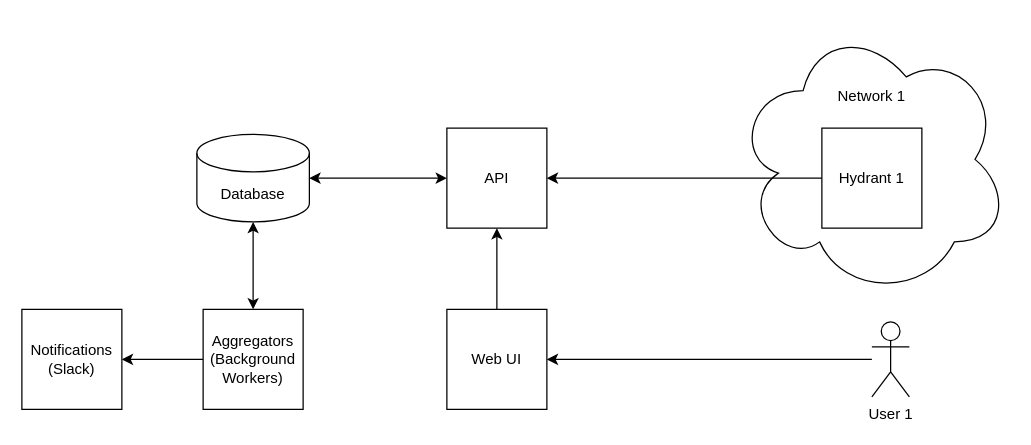
Earlier version of the draw.io diagram graphs/architecture.drawio (outsideopen/delta-slides). Source tidied: cells renumbered, new cells numbered last; positions are measured from the earlier drawing's top-left corner, leaving out a move shared by most shapes. Both pictures are drawn from the tidied source at 125%, with x=0, y=0 at pixel (21, 21).
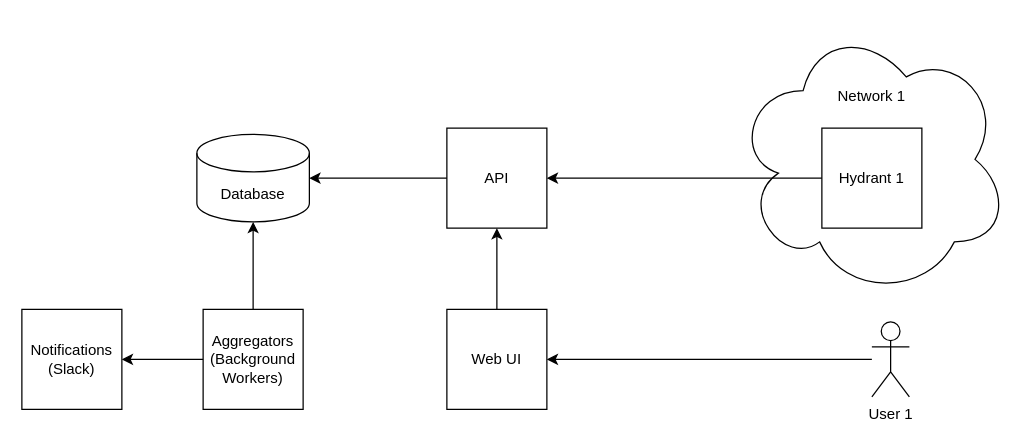
After the change.

Change to the diagram source:
```diff
@@
 <mxGraphModel>
   <root>
     <mxCell id="0" />
     <mxCell id="1" parent="0" />
     <mxCell id="2" value="Database" style="shape=cylinder3;whiteSpace=wrap;html=1;boundedLbl=1;backgroundOutline=1;size=15;" parent="1" vertex="1">
       <mxGeometry x="140" y="90" width="90" height="70" as="geometry" />
     </mxCell>
     <mxCell id="3" value="API" style="whiteSpace=wrap;html=1;" parent="1" vertex="1">
       <mxGeometry x="340" y="85" width="80" height="80" as="geometry" />
     </mxCell>
     <mxCell id="4" value="Web UI" style="whiteSpace=wrap;html=1;" parent="1" vertex="1">
       <mxGeometry x="340" y="230" width="80" height="80" as="geometry" />
     </mxCell>
     <mxCell id="5" value="&lt;div&gt;Aggregators&lt;/div&gt;&lt;div&gt;(Background Workers)&lt;br&gt;&lt;/div&gt;" style="whiteSpace=wrap;html=1;" parent="1" vertex="1">
       <mxGeometry x="145" y="230" width="80" height="80" as="geometry" />
     </mxCell>
     <mxCell id="6" style="ellipse;shape=cloud;whiteSpace=wrap;html=1;" parent="1" vertex="1">
       <mxGeometry x="570" width="220" height="220" as="geometry" />
     </mxCell>
     <mxCell id="7" value="Hydrant 1" style="whiteSpace=wrap;html=1;" parent="1" vertex="1">
       <mxGeometry x="640" y="85" width="80" height="80" as="geometry" />
     </mxCell>
     <mxCell id="8" value="Network 1" style="text;html=1;strokeColor=none;fillColor=none;align=center;verticalAlign=middle;whiteSpace=wrap;rounded=0;" parent="1" vertex="1">
       <mxGeometry x="650" y="45" width="60" height="30" as="geometry" />
     </mxCell>
     <mxCell id="9" value="User 1" style="shape=umlActor;verticalLabelPosition=bottom;verticalAlign=top;html=1;outlineConnect=0;" parent="1" vertex="1">
       <mxGeometry x="680" y="240" width="30" height="60" as="geometry" />
     </mxCell>
     <mxCell id="10" value="&lt;div&gt;Notifications&lt;/div&gt;&lt;div&gt;(Slack)&lt;br&gt;&lt;/div&gt;" style="whiteSpace=wrap;html=1;" parent="1" vertex="1">
       <mxGeometry y="230" width="80" height="80" as="geometry" />
     </mxCell>
     <mxCell id="11" style="endArrow=classic;html=1;rounded=0;exitX=0;exitY=0.5;exitDx=0;exitDy=0;entryX=1;entryY=0.5;entryDx=0;entryDy=0;" parent="1" edge="1" source="7" target="3">
       <mxGeometry relative="1" as="geometry" />
     </mxCell>
-    <mxCell id="12" style="endArrow=classic;startArrow=classic;html=1;rounded=0;exitX=1;exitY=0.5;exitDx=0;exitDy=0;exitPerimeter=0;entryX=0;entryY=0.5;entryDx=0;entryDy=0;" parent="1" edge="1" source="2" target="3">
-      <mxGeometry relative="1" as="geometry" />
-    </mxCell>
     <mxCell id="13" style="endArrow=classic;html=1;rounded=0;entryX=0.5;entryY=1;entryDx=0;entryDy=0;exitX=0.5;exitY=0;exitDx=0;exitDy=0;" parent="1" edge="1" source="4" target="3">
       <mxGeometry relative="1" as="geometry" />
     </mxCell>
     <mxCell id="14" style="endArrow=classic;html=1;rounded=0;exitX=0;exitY=0.5;exitDx=0;exitDy=0;entryX=1;entryY=0.5;entryDx=0;entryDy=0;" parent="1" edge="1" source="5" target="10">
       <mxGeometry relative="1" as="geometry" />
     </mxCell>
     <mxCell id="15" style="endArrow=classic;html=1;rounded=0;entryX=1;entryY=0.5;entryDx=0;entryDy=0;" parent="1" edge="1" source="9" target="4">
       <mxGeometry relative="1" as="geometry" />
     </mxCell>
-    <mxCell id="16" style="endArrow=classic;html=1;rounded=0;exitX=0.5;exitY=0;exitDx=0;exitDy=0;entryX=0.5;entryY=1;entryDx=0;entryDy=0;entryPerimeter=0;startArrow=classic;startFill=1;" parent="1" edge="1" source="5" target="2">
+    <mxCell id="16" style="endArrow=classic;html=1;rounded=0;exitX=0.5;exitY=0;exitDx=0;exitDy=0;entryX=0.5;entryY=1;entryDx=0;entryDy=0;entryPerimeter=0;startArrow=none;startFill=0;" parent="1" edge="1" source="5" target="2">
       <mxGeometry relative="1" as="geometry" />
     </mxCell>
+    <mxCell id="17" style="endArrow=classic;html=1;rounded=0;entryX=1;entryY=0.5;entryDx=0;entryDy=0;entryPerimeter=0;exitX=0;exitY=0.5;exitDx=0;exitDy=0;" parent="1" edge="1" source="3" target="2">
+      <mxGeometry relative="1" as="geometry" />
+    </mxCell>
   </root>
 </mxGraphModel>
```
